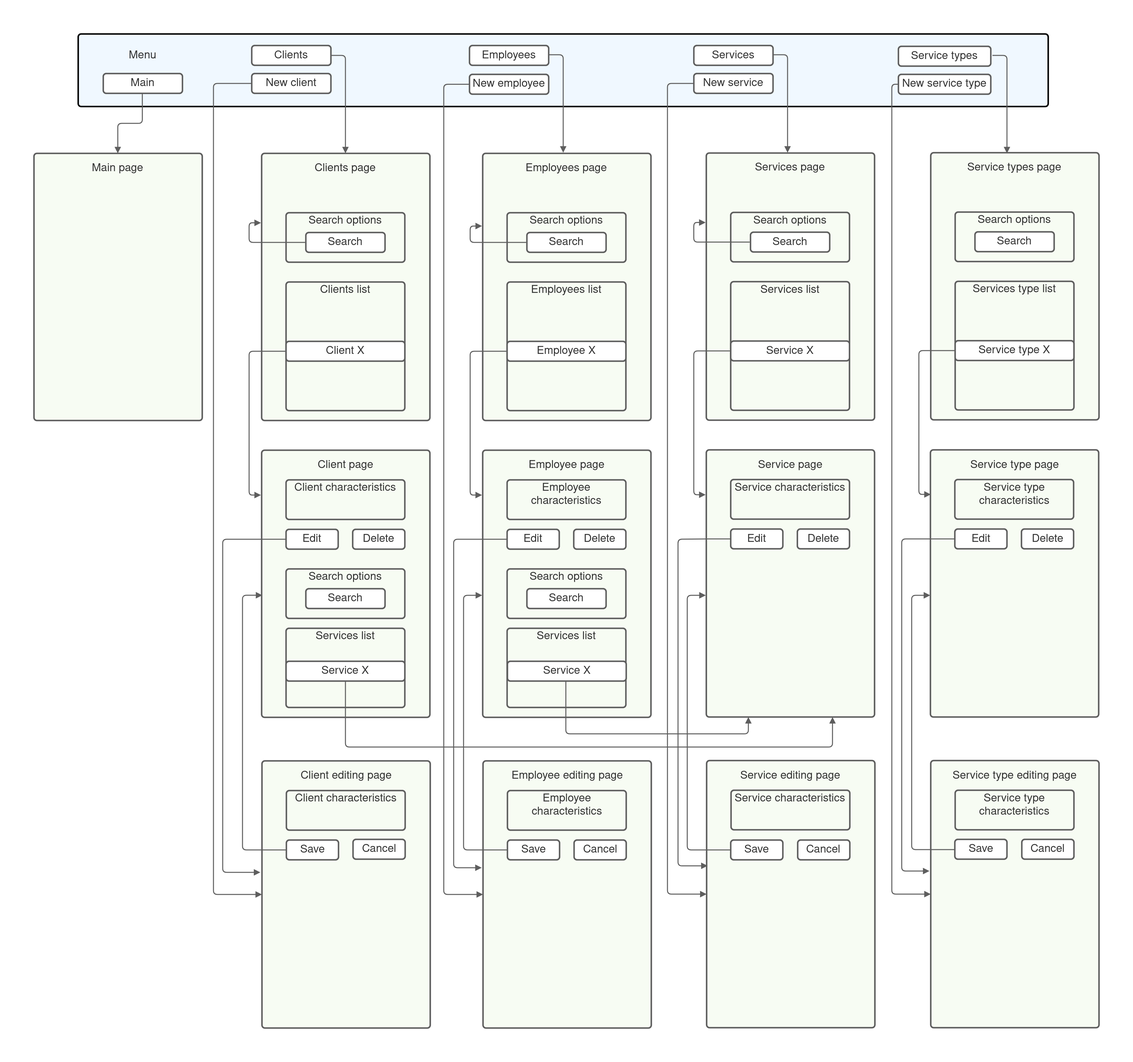
Earlier version of the draw.io export pages_scheme.png (Green-Chan/cmc_web_practicum). Source tidied: cells renumbered, new cells last; positions are measured from the earlier drawing's top-left corner, leaving out a move shared by most shapes.
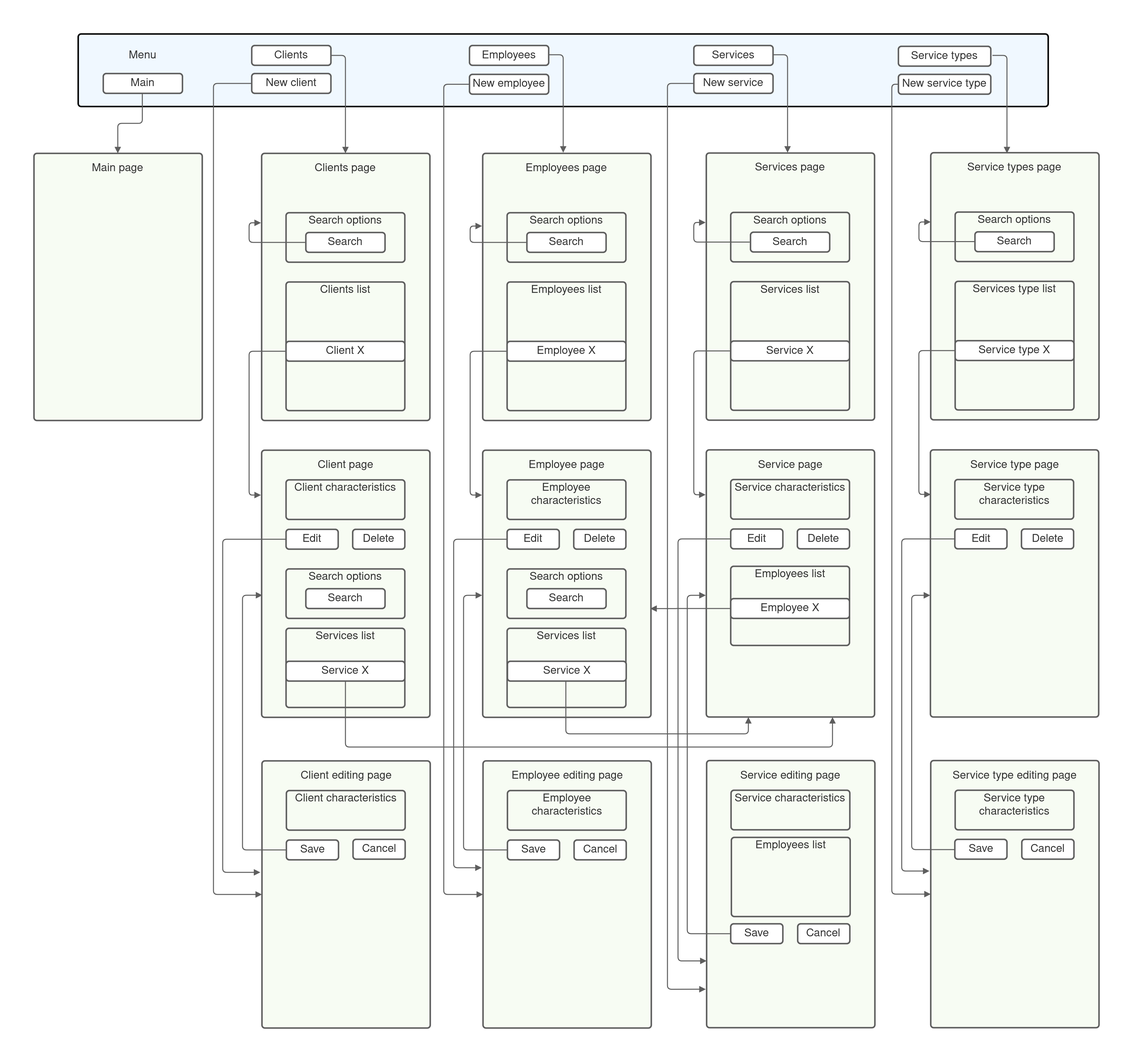
The same file after the commit.

Commit message:
fixed schemes, contents of pages, use cases

Change to the diagram source:
```diff
@@ -274,7 +274,7 @@
       <mxGeometry x="717.5" y="1222" width="79" height="30" as="geometry" />
     </mxCell>
     <mxCell id="80" value="Save" style="html=1;overflow=block;blockSpacing=1;whiteSpace=wrap;whiteSpace=wrap;fontSize=16.7;fontColor=#333333;spacing=3.8;strokeColor=#5e5e5e;strokeOpacity=100;rounded=1;absoluteArcSize=1;arcSize=9;strokeWidth=2.3;" parent="1" vertex="1">
-      <mxGeometry x="1055.9" y="1222" width="79" height="30" as="geometry" />
+      <mxGeometry x="1055.9" y="1349" width="79" height="30" as="geometry" />
     </mxCell>
     <mxCell id="81" value="Save" style="html=1;overflow=block;blockSpacing=1;whiteSpace=wrap;whiteSpace=wrap;fontSize=16.7;fontColor=#333333;spacing=3.8;strokeColor=#5e5e5e;strokeOpacity=100;rounded=1;absoluteArcSize=1;arcSize=9;strokeWidth=2.3;" parent="1" vertex="1">
       <mxGeometry x="1395.5" y="1221" width="79" height="30" as="geometry" />
@@ -298,12 +298,11 @@
         </Array>
       </mxGeometry>
     </mxCell>
-    <mxCell id="84" style="html=1;jettySize=18;whiteSpace=wrap;fontSize=13;strokeColor=#5E5E5E;strokeWidth=1.5;rounded=1;arcSize=12;edgeStyle=orthogonalEdgeStyle;startArrow=none;endArrow=block;endFill=1;exitX=0;exitY=0.5;exitDx=0;exitDy=0;entryX=0.006;entryY=0.394;entryDx=0;entryDy=0;entryPerimeter=0;" parent="1" edge="1" source="49" target="73">
+    <mxCell id="84" style="html=1;jettySize=18;whiteSpace=wrap;fontSize=13;strokeColor=#5E5E5E;strokeWidth=1.5;rounded=1;arcSize=12;edgeStyle=orthogonalEdgeStyle;startArrow=none;endArrow=block;endFill=1;exitX=0;exitY=0.5;exitDx=0;exitDy=0;entryX=0;entryY=0.75;entryDx=0;entryDy=0;" parent="1" edge="1" source="49" target="73">
       <mxGeometry relative="1" as="geometry">
         <Array as="points">
-          <mxPoint x="1016" y="766" />
           <mxPoint x="976" y="766" />
-          <mxPoint x="976" y="1261" />
+          <mxPoint x="976" y="1405" />
         </Array>
       </mxGeometry>
     </mxCell>
@@ -337,7 +336,7 @@
       <mxGeometry relative="1" as="geometry">
         <mxPoint x="1018.1" y="851" as="targetPoint" />
         <Array as="points">
-          <mxPoint x="990" y="1237" />
+          <mxPoint x="990" y="1364" />
           <mxPoint x="990" y="851" />
         </Array>
       </mxGeometry>
@@ -443,11 +442,11 @@
         <mxPoint x="1474.5" y="181" as="targetPoint" />
       </mxGeometry>
     </mxCell>
-    <mxCell id="108" style="html=1;jettySize=18;whiteSpace=wrap;fontSize=13;strokeColor=#5E5E5E;strokeWidth=1.5;rounded=1;arcSize=12;edgeStyle=orthogonalEdgeStyle;startArrow=none;endArrow=block;endFill=1;exitX=0;exitY=0.5;exitDx=0;exitDy=0;entryX=0;entryY=0.5;entryDx=0;entryDy=0;" parent="1" edge="1" source="96" target="73">
+    <mxCell id="108" style="html=1;jettySize=18;whiteSpace=wrap;fontSize=13;strokeColor=#5E5E5E;strokeWidth=1.5;rounded=1;arcSize=12;edgeStyle=orthogonalEdgeStyle;startArrow=none;endArrow=block;endFill=1;exitX=0;exitY=0.5;exitDx=0;exitDy=0;entryX=-0.005;entryY=0.856;entryDx=0;entryDy=0;entryPerimeter=0;" parent="1" edge="1" source="96" target="73">
       <mxGeometry relative="1" as="geometry">
         <Array as="points">
           <mxPoint x="960" y="75" />
-          <mxPoint x="960" y="1304" />
+          <mxPoint x="960" y="1448" />
         </Array>
       </mxGeometry>
     </mxCell>
@@ -458,10 +457,32 @@
       <mxGeometry x="818.5" y="1222" width="79" height="30" as="geometry" />
     </mxCell>
     <mxCell id="111" value="Cancel" style="html=1;overflow=block;blockSpacing=1;whiteSpace=wrap;whiteSpace=wrap;fontSize=16.7;fontColor=#333333;spacing=3.8;strokeColor=#5e5e5e;strokeOpacity=100;rounded=1;absoluteArcSize=1;arcSize=9;strokeWidth=2.3;" parent="1" vertex="1">
-      <mxGeometry x="1157.4" y="1222" width="79" height="30" as="geometry" />
+      <mxGeometry x="1157.4" y="1349" width="79" height="30" as="geometry" />
     </mxCell>
     <mxCell id="112" value="Cancel" style="html=1;overflow=block;blockSpacing=1;whiteSpace=wrap;whiteSpace=wrap;fontSize=16.7;fontColor=#333333;spacing=3.8;strokeColor=#5e5e5e;strokeOpacity=100;rounded=1;absoluteArcSize=1;arcSize=9;strokeWidth=2.3;" parent="1" vertex="1">
       <mxGeometry x="1497" y="1221" width="79" height="30" as="geometry" />
     </mxCell>
+    <mxCell id="113" style="html=1;jettySize=18;whiteSpace=wrap;fontSize=13;strokeColor=#5E5E5E;strokeWidth=1.5;rounded=1;arcSize=12;edgeStyle=orthogonalEdgeStyle;startArrow=none;endArrow=block;endFill=1;exitX=-0.009;exitY=0.5;exitPerimeter=0;entryX=-0.004;entryY=0.26;entryPerimeter=0;" parent="1" edge="1">
+      <mxGeometry relative="1" as="geometry">
+        <mxPoint x="1426" y="314.7" as="sourcePoint" />
+        <mxPoint x="1359.1" y="285" as="targetPoint" />
+        <Array as="points">
+          <mxPoint x="1341.1" y="314.7" />
+          <mxPoint x="1341.1" y="284.7" />
+        </Array>
+      </mxGeometry>
+    </mxCell>
+    <mxCell id="114" value="Employees list" style="html=1;overflow=block;blockSpacing=1;whiteSpace=wrap;whiteSpace=wrap;fontSize=16.7;fontColor=#333333;spacing=3.8;verticalAlign=top;strokeColor=#5e5e5e;strokeOpacity=100;fillOpacity=0;rounded=1;absoluteArcSize=1;arcSize=9;fillColor=#000000;strokeWidth=2.3;" parent="1" vertex="1">
+      <mxGeometry x="1055.9" y="807" width="180" height="120" as="geometry" />
+    </mxCell>
+    <mxCell id="115" value="Employee X" style="html=1;overflow=block;blockSpacing=1;whiteSpace=wrap;whiteSpace=wrap;fontSize=16.7;fontColor=#333333;spacing=3.8;strokeColor=#5e5e5e;strokeOpacity=100;rounded=1;absoluteArcSize=1;arcSize=9;strokeWidth=2.3;" parent="1" vertex="1">
+      <mxGeometry x="1055.9" y="856" width="180" height="30" as="geometry" />
+    </mxCell>
+    <mxCell id="116" style="html=1;jettySize=18;whiteSpace=wrap;fontSize=13;strokeColor=#5E5E5E;strokeWidth=1.5;rounded=1;arcSize=12;edgeStyle=orthogonalEdgeStyle;startArrow=none;endArrow=block;endFill=1;exitX=0;exitY=0.5;entryX=0.996;entryY=0.593;entryPerimeter=0;exitDx=0;exitDy=0;entryDx=0;entryDy=0;" parent="1" edge="1" source="115" target="36">
+      <mxGeometry relative="1" as="geometry" />
+    </mxCell>
+    <mxCell id="117" value="Employees list" style="html=1;overflow=block;blockSpacing=1;whiteSpace=wrap;whiteSpace=wrap;fontSize=16.7;fontColor=#333333;spacing=3.8;verticalAlign=top;strokeColor=#5e5e5e;strokeOpacity=100;fillOpacity=0;rounded=1;absoluteArcSize=1;arcSize=9;fillColor=#000000;strokeWidth=2.3;" parent="1" vertex="1">
+      <mxGeometry x="1056.9" y="1218" width="180" height="120" as="geometry" />
+    </mxCell>
   </root>
 </mxGraphModel>
```
